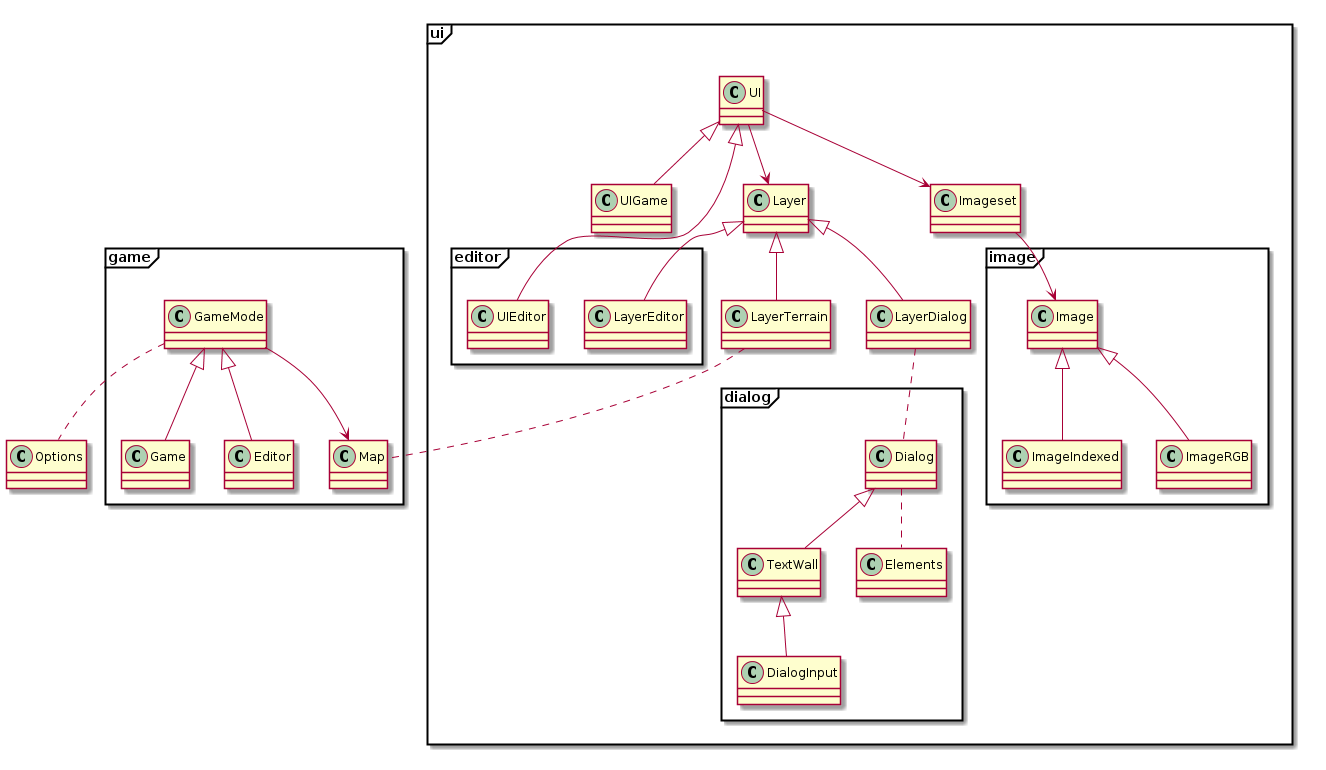
Above: new/doc/classes.png in andrenho/newhope (PlantUML), before the change.
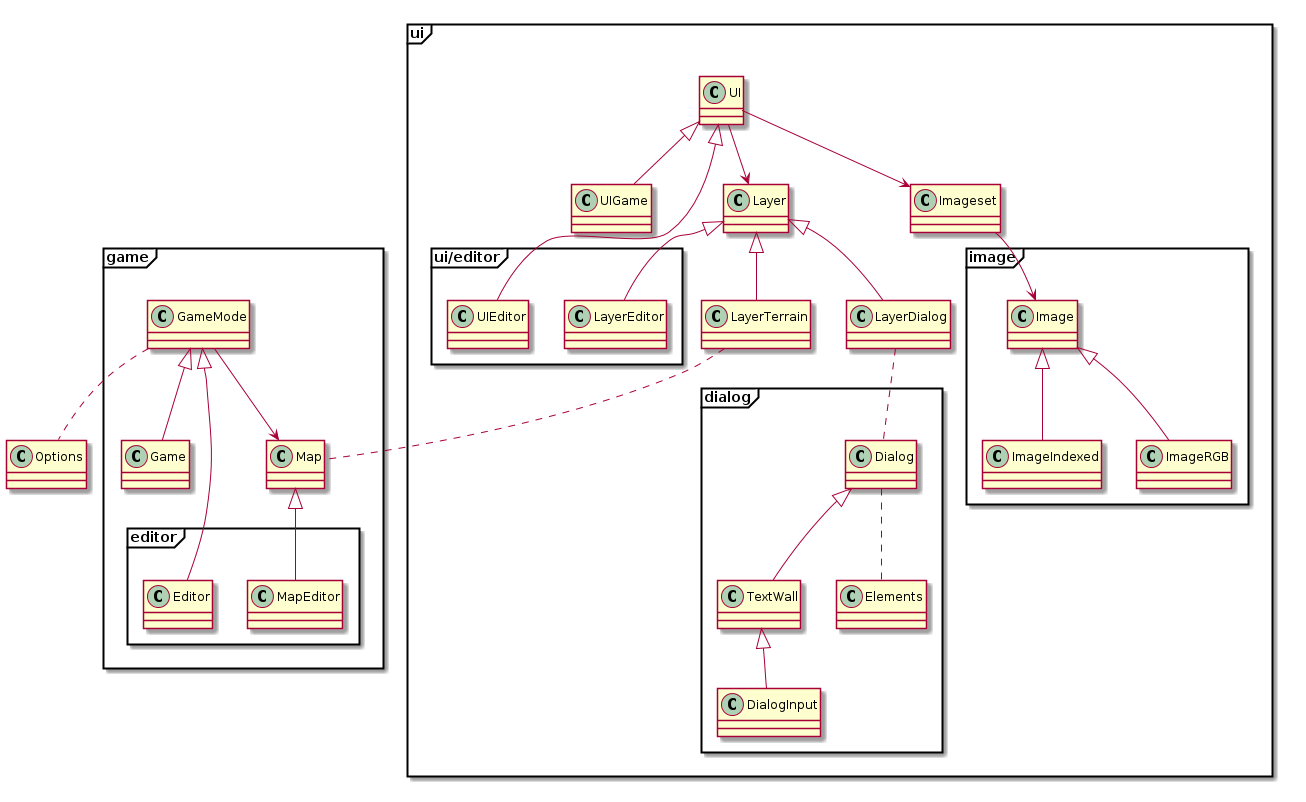
Later version of the same file.

Diff of the diagram source:
```diff
@@ -3,8 +3,12 @@
 package game <<Frame>> {
   class GameMode
   class Game
-  class Editor
   class Map
+
+  package editor <<Frame>> {
+    class Editor
+    class MapEditor
+  }
 }
 
 package ui <<Frame>> {
@@ -28,7 +32,7 @@
     class ImageRGB
   }
 
-  package editor <<Frame>> {
+  package ui/editor <<Frame>> {
     class UIEditor
     class LayerEditor
   }
@@ -54,5 +58,6 @@
 TextWall <|-- DialogInput
 Layer <|-- LayerEditor
 Dialog .. Elements
+Map <|-- MapEditor
 
 @enduml
```
